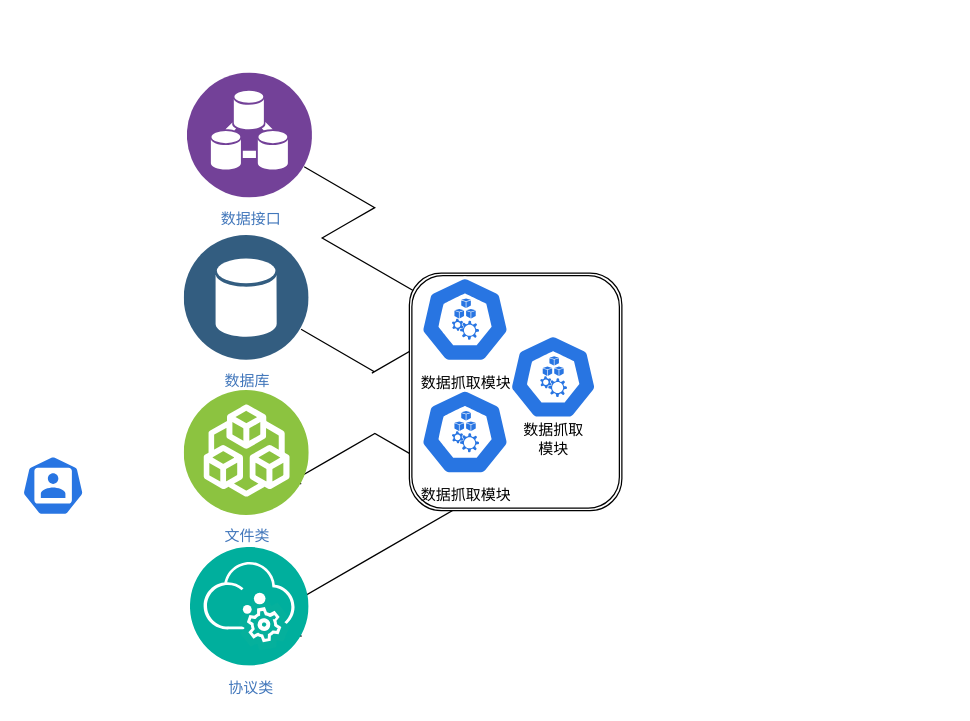
This is data_intergation_page2.drawio from pyunqi/drawGram, a draw.io file, before an edit. Source tidied: cells renumbered, new cells numbered last; positions are measured from the earlier drawing's top-left corner, leaving out a move shared by most shapes. Both pictures are drawn from the tidied source at 125%, with x=0, y=0 at pixel (21, 72).
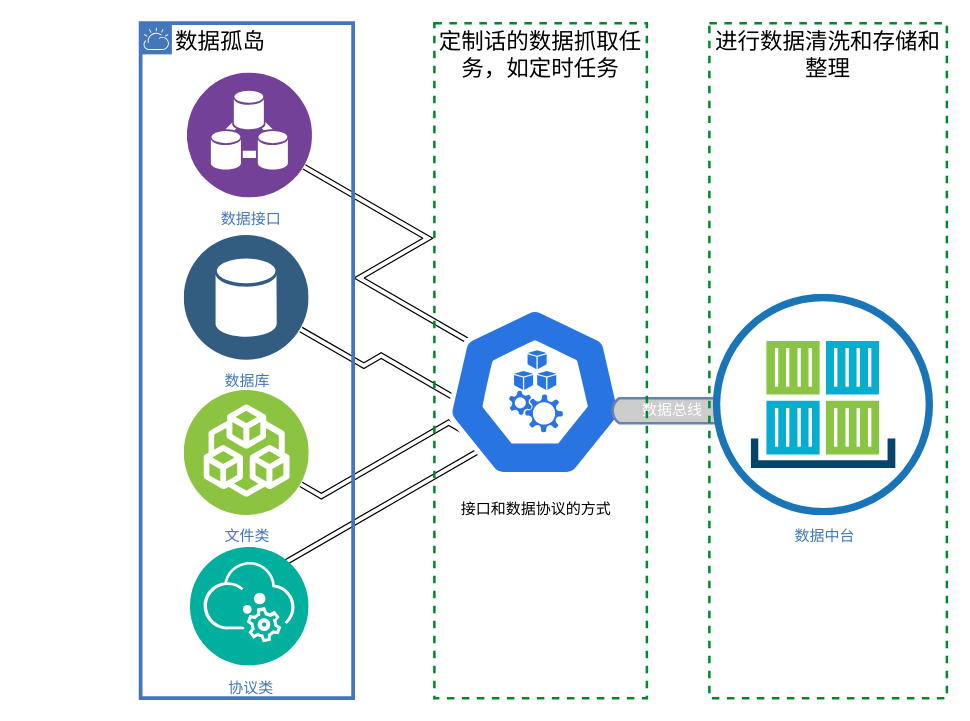
The same diagram, later.

What changed in the source:
```diff
@@
 <mxGraphModel>
   <root>
     <mxCell id="0" />
     <mxCell id="1" parent="0" />
+    <mxCell id="15" style="edgeStyle=isometricEdgeStyle;shape=link;rounded=0;jettySize=auto;html=1;entryX=0.291;entryY=0.647;entryDx=0;entryDy=0;entryPerimeter=0;fontSize=18;elbow=vertical;" parent="1" edge="1" source="5" target="13">
+      <mxGeometry relative="1" as="geometry" />
+    </mxCell>
+    <mxCell id="5" value="数据库" style="perimeter=ellipsePerimeter;html=1;align=center;shadow=0;dashed=0;fontColor=#4277BB;labelBackgroundColor=#ffffff;fontSize=12;spacingTop=3;image;image=img/lib/ibm/data/data_services.svg;" parent="1" vertex="1">
+      <mxGeometry x="130" y="130" width="100" height="100" as="geometry" />
+    </mxCell>
-    <mxCell id="2" style="edgeStyle=isometricEdgeStyle;rounded=0;jettySize=auto;html=1;entryX=0.296;entryY=0.399;entryDx=0;entryDy=0;entryPerimeter=0;elbow=vertical;" parent="1" edge="1" source="3" target="13">
+    <mxCell id="2" style="edgeStyle=isometricEdgeStyle;shape=link;rounded=0;jettySize=auto;html=1;entryX=0.511;entryY=0.447;entryDx=0;entryDy=0;entryPerimeter=0;fontSize=18;elbow=vertical;" parent="1" edge="1" source="3" target="13">
       <mxGeometry relative="1" as="geometry" />
     </mxCell>
     <mxCell id="3" value="数据接口" style="perimeter=ellipsePerimeter;html=1;align=center;shadow=0;dashed=0;fontColor=#4277BB;labelBackgroundColor=#ffffff;fontSize=12;spacingTop=3;image;image=img/lib/ibm/analytics/data_integration.svg;" parent="1" vertex="1">
       <mxGeometry x="132.5" width="100" height="100" as="geometry" />
     </mxCell>
-    <mxCell id="4" style="edgeStyle=isometricEdgeStyle;rounded=0;jettySize=auto;html=1;elbow=vertical;" parent="1" edge="1" source="5" target="11">
-      <mxGeometry relative="1" as="geometry">
-        <Array as="points">
-          <mxPoint x="280" y="240" />
-        </Array>
-      </mxGeometry>
-    </mxCell>
-    <mxCell id="5" value="数据库" style="perimeter=ellipsePerimeter;html=1;align=center;shadow=0;dashed=0;fontColor=#4277BB;labelBackgroundColor=#ffffff;fontSize=12;spacingTop=3;image;image=img/lib/ibm/data/data_services.svg;" parent="1" vertex="1">
-      <mxGeometry x="130" y="130" width="100" height="100" as="geometry" />
-    </mxCell>
-    <mxCell id="6" style="edgeStyle=isometricEdgeStyle;rounded=0;jettySize=auto;html=1;entryX=0.376;entryY=0.997;entryDx=0;entryDy=0;entryPerimeter=0;elbow=vertical;" parent="1" edge="1" source="7" target="11">
-      <mxGeometry relative="1" as="geometry" />
-    </mxCell>
+    <mxCell id="16" style="edgeStyle=isometricEdgeStyle;shape=link;rounded=0;jettySize=auto;html=1;entryX=0.645;entryY=0.735;entryDx=0;entryDy=0;entryPerimeter=0;fontSize=18;elbow=vertical;" parent="1" edge="1" source="7" target="13">
+      <mxGeometry relative="1" as="geometry">
+        <Array as="points">
+          <mxPoint x="300" y="340" />
+        </Array>
+      </mxGeometry>
+    </mxCell>
     <mxCell id="7" value="协议类" style="perimeter=ellipsePerimeter;html=1;align=center;shadow=0;dashed=0;fontColor=#4277BB;labelBackgroundColor=#ffffff;fontSize=12;spacingTop=3;image;image=img/lib/ibm/management/data_services.svg;" parent="1" vertex="1">
       <mxGeometry x="135" y="379.5" width="95" height="95" as="geometry" />
     </mxCell>
-    <mxCell id="8" style="edgeStyle=isometricEdgeStyle;rounded=0;jettySize=auto;html=1;entryX=0.014;entryY=0.811;entryDx=0;entryDy=0;entryPerimeter=0;elbow=vertical;" parent="1" edge="1" source="9" target="12">
-      <mxGeometry relative="1" as="geometry" />
-    </mxCell>
+    <mxCell id="17" style="edgeStyle=isometricEdgeStyle;shape=link;rounded=0;jettySize=auto;html=1;entryX=0.433;entryY=0.847;entryDx=0;entryDy=0;entryPerimeter=0;fontSize=18;elbow=vertical;" parent="1" edge="1" source="9" target="13">
+      <mxGeometry relative="1" as="geometry" />
+    </mxCell>
     <mxCell id="9" value="文件类&lt;br&gt;" style="perimeter=ellipsePerimeter;html=1;align=center;shadow=0;dashed=0;fontColor=#4277BB;labelBackgroundColor=#ffffff;fontSize=12;spacingTop=3;image;image=img/lib/ibm/blockchain/existing_enterprise_systems.svg;" parent="1" vertex="1">
       <mxGeometry x="130" y="254" width="100" height="100" as="geometry" />
     </mxCell>
-    <mxCell id="10" style="sketch=0;html=1;dashed=0;whitespace=wrap;fillColor=#2875E2;strokeColor=#ffffff;shape=mxgraph.kubernetes.icon;prIcon=user;" parent="1" vertex="1">
-      <mxGeometry y="306" width="50" height="48" as="geometry" />
-    </mxCell>
-    <mxCell id="11" style="shape=ext;double=1;rounded=1;whiteSpace=wrap;html=1;glass=0;gradientColor=none;sketch=0;shadow=0;" parent="1" vertex="1">
-      <mxGeometry x="310" y="160" width="170" height="190" as="geometry" />
-    </mxCell>
-    <mxCell id="12" value="&lt;br&gt;&lt;br&gt;&lt;br&gt;&lt;br&gt;&lt;br&gt;&lt;br&gt;&lt;br&gt;数据抓取模块" style="sketch=0;html=1;dashed=0;whitespace=wrap;fillColor=#2875E2;strokeColor=#ffffff;points=[[0.005,0.63,0],[0.1,0.2,0],[0.9,0.2,0],[0.5,0,0],[0.995,0.63,0],[0.72,0.99,0],[0.5,1,0],[0.28,0.99,0]];shape=mxgraph.kubernetes.icon;prIcon=node;" parent="1" vertex="1">
-      <mxGeometry x="319" y="250" width="71" height="74" as="geometry" />
-    </mxCell>
-    <mxCell id="13" value="&lt;br&gt;&lt;br&gt;&lt;br&gt;&lt;br&gt;&lt;br&gt;&lt;br&gt;&lt;br&gt;数据抓取模块" style="sketch=0;html=1;dashed=0;whitespace=wrap;fillColor=#2875E2;strokeColor=#ffffff;points=[[0.005,0.63,0],[0.1,0.2,0],[0.9,0.2,0],[0.5,0,0],[0.995,0.63,0],[0.72,0.99,0],[0.5,1,0],[0.28,0.99,0]];shape=mxgraph.kubernetes.icon;prIcon=node;" parent="1" vertex="1">
-      <mxGeometry x="319" y="160" width="71" height="74" as="geometry" />
+    <mxCell id="13" value="&lt;span style=&quot;text-align: left;&quot;&gt;&lt;br&gt;&lt;br&gt;&lt;br&gt;&lt;br&gt;&lt;br&gt;&lt;br&gt;&lt;br&gt;&lt;br&gt;&lt;br&gt;&lt;br&gt;&lt;br&gt;&lt;br&gt;&lt;br&gt;接口和数据协议的方式&lt;/span&gt;" style="sketch=0;html=1;dashed=0;whitespace=wrap;fillColor=#2875E2;strokeColor=#ffffff;points=[[0.005,0.63,0],[0.1,0.2,0],[0.9,0.2,0],[0.5,0,0],[0.995,0.63,0],[0.72,0.99,0],[0.5,1,0],[0.28,0.99,0]];shape=mxgraph.kubernetes.icon;prIcon=node;" parent="1" vertex="1">
+      <mxGeometry x="340" y="170" width="141" height="170" as="geometry" />
     </mxCell>
-    <mxCell id="14" value="&lt;br&gt;&lt;br&gt;&lt;br&gt;&lt;br&gt;&lt;br&gt;&lt;br&gt;&lt;br&gt;数据抓取&lt;br&gt;模块" style="sketch=0;html=1;dashed=0;whitespace=wrap;fillColor=#2875E2;strokeColor=#ffffff;shape=mxgraph.kubernetes.icon;prIcon=node;" parent="1" vertex="1">
-      <mxGeometry x="390" y="206" width="70" height="74" as="geometry" />
-    </mxCell>
+    <mxCell id="18" value="数据总线" style="html=1;fillColor=#CCCCCC;strokeColor=#6881B3;gradientColor=none;gradientDirection=north;strokeWidth=2;shape=mxgraph.networks.bus;gradientColor=none;gradientDirection=north;fontColor=#ffffff;perimeter=backbonePerimeter;backboneSize=20;shadow=0;glass=0;sketch=0;" parent="1" vertex="1">
+      <mxGeometry x="470" y="260" width="100" height="20" as="geometry" />
+    </mxCell>
+    <mxCell id="19" value="&lt;font style=&quot;font-size: 18px;&quot;&gt;数据孤岛&lt;/font&gt;" style="shape=mxgraph.ibm.box;prType=cloud;fontStyle=0;verticalAlign=top;align=left;spacingLeft=32;spacingTop=4;fillColor=none;rounded=0;whiteSpace=wrap;html=1;strokeColor=#4376BB;strokeWidth=3;dashed=0;spacing=-4;shadow=0;glass=0;sketch=0;" parent="1" vertex="1">
+      <mxGeometry x="95" y="-40" width="170" height="540" as="geometry" />
+    </mxCell>
+    <mxCell id="20" value="数据中台" style="perimeter=ellipsePerimeter;html=1;align=center;shadow=0;dashed=0;fontColor=#4277BB;labelBackgroundColor=#ffffff;fontSize=12;spacingTop=3;image;image=img/lib/ibm/miscellaneous/ibm_containers.svg;glass=0;sketch=0;gradientColor=none;" parent="1" vertex="1">
+      <mxGeometry x="553" y="177" width="177" height="177" as="geometry" />
+    </mxCell>
+    <mxCell id="21" value="&lt;font style=&quot;font-size: 18px;&quot;&gt;进行数据清洗和存储和整理&lt;/font&gt;" style="fontStyle=0;verticalAlign=top;align=center;spacingTop=-2;fillColor=none;rounded=0;whiteSpace=wrap;html=1;strokeColor=#00882B;strokeWidth=2;dashed=1;shadow=0;glass=0;sketch=0;fontSize=12;" parent="1" vertex="1">
+      <mxGeometry x="550" y="-40" width="190" height="540" as="geometry" />
+    </mxCell>
+    <mxCell id="22" value="&lt;font style=&quot;font-size: 18px;&quot;&gt;定制话的数据抓取任务，如定时任务&lt;/font&gt;" style="fontStyle=0;verticalAlign=top;align=center;spacingTop=-2;fillColor=none;rounded=0;whiteSpace=wrap;html=1;strokeColor=#00882B;strokeWidth=2;dashed=1;shadow=0;glass=0;sketch=0;fontSize=12;" parent="1" vertex="1">
+      <mxGeometry x="330" y="-40" width="170" height="540" as="geometry" />
+    </mxCell>
   </root>
 </mxGraphModel>
```
